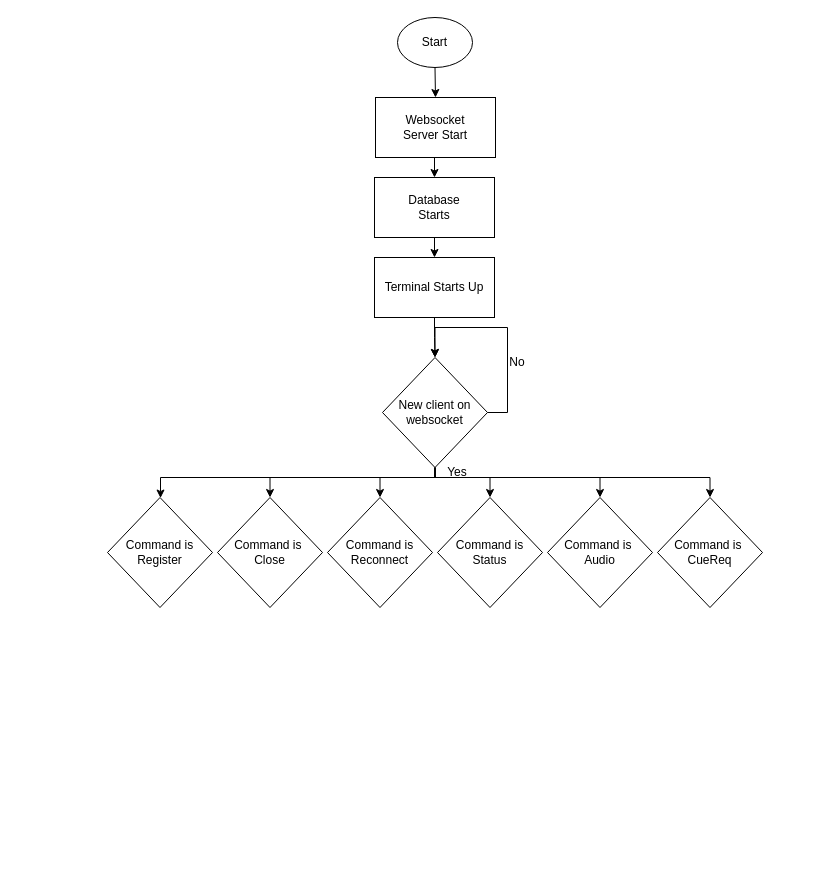
The draw.io diagram page "FlowChart (server)" (5 of 6) of Docs/db.drawio in User5029/NEA, before the edit. Source tidied: cells renumbered, new cells numbered last; positions are measured from the earlier drawing's top-left corner, leaving out a move shared by most shapes. Both pictures are drawn from the tidied source at 100%, with x=0, y=0 at pixel (107, 17).
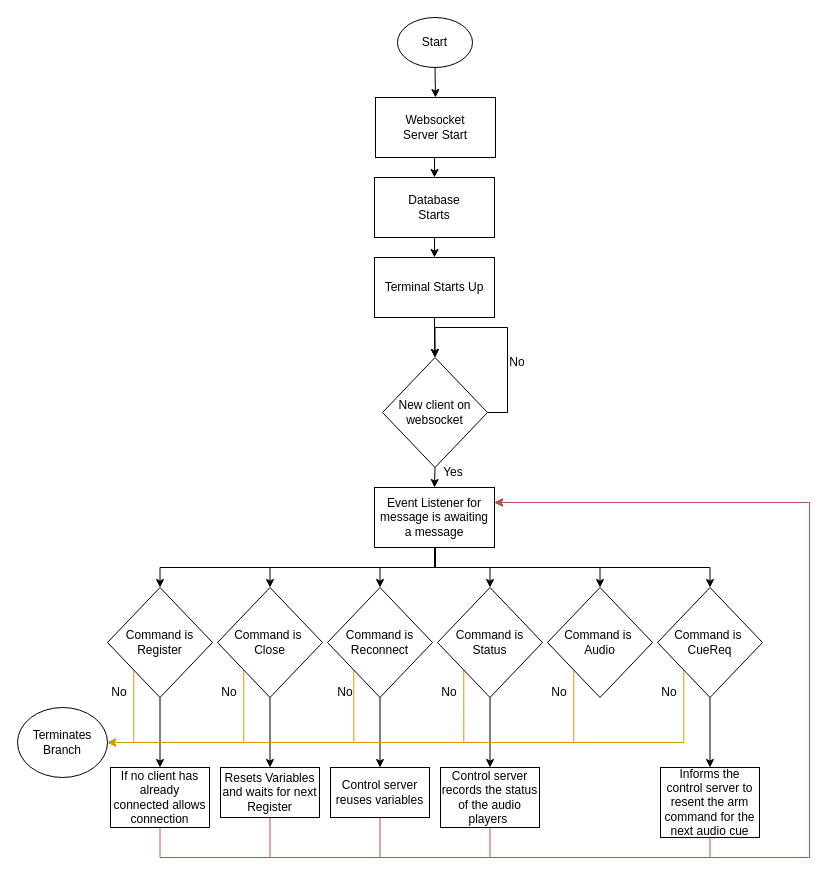
The same page after the edit.

Unchanged cells that the change refers to:
```xml
<mxCell id="16" value="New client on websocket" style="rhombus;whiteSpace=wrap;html=1;" parent="1" vertex="1">
  <mxGeometry x="275" y="340" width="105" height="110" as="geometry" />
</mxCell>
```

Change to the diagram source:
```diff
@@
-    <mxCell id="10" style="edgeStyle=orthogonalEdgeStyle;rounded=0;jettySize=auto;html=1;exitX=0.5;exitY=1;exitDx=0;exitDy=0;entryX=0.5;entryY=0;entryDx=0;entryDy=0;" parent="1" edge="1" source="16" target="22">
+    <mxCell id="10" style="edgeStyle=orthogonalEdgeStyle;rounded=0;jettySize=auto;html=1;exitX=0.5;exitY=1;exitDx=0;exitDy=0;entryX=0.5;entryY=0;entryDx=0;entryDy=0;" parent="1" edge="1" source="56" target="22">
       <mxGeometry relative="1" as="geometry">
         <Array as="points">
-          <mxPoint x="328" y="460" />
-          <mxPoint x="383" y="460" />
+          <mxPoint x="328" y="530" />
+          <mxPoint x="328" y="550" />
+          <mxPoint x="383" y="550" />
         </Array>
       </mxGeometry>
     </mxCell>
-    <mxCell id="11" style="edgeStyle=orthogonalEdgeStyle;rounded=0;jettySize=auto;html=1;exitX=0.5;exitY=1;exitDx=0;exitDy=0;entryX=0.5;entryY=0;entryDx=0;entryDy=0;" parent="1" edge="1" source="16" target="23">
+    <mxCell id="11" style="edgeStyle=orthogonalEdgeStyle;rounded=0;jettySize=auto;html=1;exitX=0.5;exitY=0.986;exitDx=0;exitDy=0;entryX=0.5;entryY=0;entryDx=0;entryDy=0;exitPerimeter=0;" parent="1" edge="1" source="56" target="23">
       <mxGeometry relative="1" as="geometry">
         <Array as="points">
-          <mxPoint x="328" y="460" />
-          <mxPoint x="493" y="460" />
+          <mxPoint x="328" y="529" />
+          <mxPoint x="328" y="550" />
+          <mxPoint x="493" y="550" />
         </Array>
       </mxGeometry>
     </mxCell>
-    <mxCell id="12" style="edgeStyle=orthogonalEdgeStyle;rounded=0;jettySize=auto;html=1;exitX=0.5;exitY=1;exitDx=0;exitDy=0;entryX=0.5;entryY=0;entryDx=0;entryDy=0;" parent="1" edge="1" source="16" target="24">
+    <mxCell id="12" style="edgeStyle=orthogonalEdgeStyle;rounded=0;jettySize=auto;html=1;exitX=0.5;exitY=1;exitDx=0;exitDy=0;entryX=0.5;entryY=0;entryDx=0;entryDy=0;" parent="1" edge="1" source="56" target="24">
       <mxGeometry relative="1" as="geometry">
         <Array as="points">
-          <mxPoint x="328" y="460" />
-          <mxPoint x="603" y="460" />
+          <mxPoint x="328" y="530" />
+          <mxPoint x="328" y="550" />
+          <mxPoint x="603" y="550" />
         </Array>
       </mxGeometry>
     </mxCell>
-    <mxCell id="13" style="edgeStyle=orthogonalEdgeStyle;rounded=0;jettySize=auto;html=1;exitX=0.5;exitY=1;exitDx=0;exitDy=0;entryX=0.5;entryY=0;entryDx=0;entryDy=0;" parent="1" edge="1" source="16" target="21">
+    <mxCell id="13" style="edgeStyle=orthogonalEdgeStyle;rounded=0;jettySize=auto;html=1;exitX=0.5;exitY=1;exitDx=0;exitDy=0;entryX=0.5;entryY=0;entryDx=0;entryDy=0;" parent="1" edge="1" source="56" target="21">
       <mxGeometry relative="1" as="geometry">
         <Array as="points">
-          <mxPoint x="328" y="460" />
-          <mxPoint x="273" y="460" />
+          <mxPoint x="328" y="530" />
+          <mxPoint x="328" y="550" />
+          <mxPoint x="272" y="550" />
         </Array>
       </mxGeometry>
     </mxCell>
-    <mxCell id="14" style="edgeStyle=orthogonalEdgeStyle;rounded=0;jettySize=auto;html=1;exitX=0.5;exitY=1;exitDx=0;exitDy=0;entryX=0.5;entryY=0;entryDx=0;entryDy=0;" parent="1" edge="1" source="16" target="20">
+    <mxCell id="14" style="edgeStyle=orthogonalEdgeStyle;rounded=0;jettySize=auto;html=1;exitX=0.5;exitY=1;exitDx=0;exitDy=0;entryX=0.5;entryY=0;entryDx=0;entryDy=0;" parent="1" edge="1" source="56" target="20">
       <mxGeometry relative="1" as="geometry">
         <Array as="points">
-          <mxPoint x="328" y="460" />
-          <mxPoint x="163" y="460" />
+          <mxPoint x="328" y="550" />
+          <mxPoint x="162" y="550" />
         </Array>
       </mxGeometry>
     </mxCell>
-    <mxCell id="15" style="edgeStyle=orthogonalEdgeStyle;rounded=0;jettySize=auto;html=1;exitX=0.5;exitY=1;exitDx=0;exitDy=0;" parent="1" edge="1" source="16" target="19">
-      <mxGeometry relative="1" as="geometry">
-        <Array as="points">
-          <mxPoint x="328" y="460" />
-          <mxPoint x="53" y="460" />
-        </Array>
-      </mxGeometry>
-    </mxCell>
+    <mxCell id="26" style="edgeStyle=orthogonalEdgeStyle;rounded=0;jettySize=auto;html=1;exitX=0.5;exitY=1;exitDx=0;exitDy=0;entryX=0.5;entryY=0;entryDx=0;entryDy=0;" parent="1" edge="1" source="16" target="56">
+      <mxGeometry relative="1" as="geometry" />
+    </mxCell>
@@
+    <mxCell id="27" style="edgeStyle=orthogonalEdgeStyle;rounded=0;jettySize=auto;html=1;exitX=0;exitY=1;exitDx=0;exitDy=0;entryX=1;entryY=0.5;entryDx=0;entryDy=0;fillColor=#ffe6cc;strokeColor=#d79b00;" parent="1" edge="1" source="19" target="38">
+      <mxGeometry relative="1" as="geometry" />
+    </mxCell>
+    <mxCell id="28" style="edgeStyle=orthogonalEdgeStyle;rounded=0;jettySize=auto;html=1;exitX=0.5;exitY=1;exitDx=0;exitDy=0;" parent="1" edge="1" source="19" target="48">
+      <mxGeometry relative="1" as="geometry" />
+    </mxCell>
     <mxCell id="19" value="Command is Register" style="rhombus;whiteSpace=wrap;html=1;" parent="1" vertex="1">
-      <mxGeometry y="480" width="105" height="110" as="geometry" />
+      <mxGeometry y="570" width="105" height="110" as="geometry" />
     </mxCell>
+    <mxCell id="29" style="edgeStyle=orthogonalEdgeStyle;rounded=0;jettySize=auto;html=1;exitX=0;exitY=1;exitDx=0;exitDy=0;entryX=1;entryY=0.5;entryDx=0;entryDy=0;fillColor=#ffe6cc;strokeColor=#d79b00;" parent="1" edge="1" source="20" target="38">
+      <mxGeometry relative="1" as="geometry">
+        <Array as="points">
+          <mxPoint x="136" y="725" />
+        </Array>
+      </mxGeometry>
+    </mxCell>
+    <mxCell id="30" style="edgeStyle=orthogonalEdgeStyle;rounded=0;jettySize=auto;html=1;exitX=0.5;exitY=1;exitDx=0;exitDy=0;entryX=0.5;entryY=0;entryDx=0;entryDy=0;" parent="1" edge="1" source="20" target="46">
+      <mxGeometry relative="1" as="geometry" />
+    </mxCell>
     <mxCell id="20" value="Command is&amp;nbsp;&lt;div&gt;Close&lt;/div&gt;" style="rhombus;whiteSpace=wrap;html=1;" parent="1" vertex="1">
-      <mxGeometry x="110" y="480" width="105" height="110" as="geometry" />
+      <mxGeometry x="110" y="570" width="105" height="110" as="geometry" />
     </mxCell>
+    <mxCell id="31" style="edgeStyle=orthogonalEdgeStyle;rounded=0;jettySize=auto;html=1;exitX=0;exitY=1;exitDx=0;exitDy=0;entryX=1;entryY=0.5;entryDx=0;entryDy=0;fillColor=#ffe6cc;strokeColor=#d79b00;" parent="1" edge="1" source="21" target="38">
+      <mxGeometry relative="1" as="geometry">
+        <Array as="points">
+          <mxPoint x="246" y="725" />
+        </Array>
+      </mxGeometry>
+    </mxCell>
+    <mxCell id="32" style="edgeStyle=orthogonalEdgeStyle;rounded=0;jettySize=auto;html=1;" parent="1" edge="1" source="21" target="50">
+      <mxGeometry relative="1" as="geometry" />
+    </mxCell>
     <mxCell id="21" value="Command is Reconnect" style="rhombus;whiteSpace=wrap;html=1;" parent="1" vertex="1">
-      <mxGeometry x="220" y="480" width="105" height="110" as="geometry" />
+      <mxGeometry x="220" y="570" width="105" height="110" as="geometry" />
     </mxCell>
+    <mxCell id="33" style="edgeStyle=orthogonalEdgeStyle;rounded=0;jettySize=auto;html=1;exitX=0;exitY=1;exitDx=0;exitDy=0;entryX=1;entryY=0.5;entryDx=0;entryDy=0;fillColor=#ffe6cc;strokeColor=#d79b00;" parent="1" edge="1" source="22" target="38">
+      <mxGeometry relative="1" as="geometry">
+        <Array as="points">
+          <mxPoint x="356" y="725" />
+        </Array>
+      </mxGeometry>
+    </mxCell>
+    <mxCell id="34" style="edgeStyle=orthogonalEdgeStyle;rounded=0;jettySize=auto;html=1;" parent="1" edge="1" source="22" target="52">
+      <mxGeometry relative="1" as="geometry" />
+    </mxCell>
     <mxCell id="22" value="Command is Status" style="rhombus;whiteSpace=wrap;html=1;" parent="1" vertex="1">
-      <mxGeometry x="330" y="480" width="105" height="110" as="geometry" />
+      <mxGeometry x="330" y="570" width="105" height="110" as="geometry" />
     </mxCell>
+    <mxCell id="35" style="edgeStyle=orthogonalEdgeStyle;rounded=0;jettySize=auto;html=1;exitX=0;exitY=1;exitDx=0;exitDy=0;entryX=1;entryY=0.5;entryDx=0;entryDy=0;fillColor=#ffe6cc;strokeColor=#d79b00;" parent="1" edge="1" source="23" target="38">
+      <mxGeometry relative="1" as="geometry">
+        <Array as="points">
+          <mxPoint x="466" y="725" />
+        </Array>
+      </mxGeometry>
+    </mxCell>
     <mxCell id="23" value="Command is&amp;nbsp;&lt;div&gt;Audio&lt;/div&gt;" style="rhombus;whiteSpace=wrap;html=1;" parent="1" vertex="1">
-      <mxGeometry x="440" y="480" width="105" height="110" as="geometry" />
+      <mxGeometry x="440" y="570" width="105" height="110" as="geometry" />
     </mxCell>
+    <mxCell id="36" style="edgeStyle=orthogonalEdgeStyle;rounded=0;jettySize=auto;html=1;exitX=0;exitY=1;exitDx=0;exitDy=0;entryX=1;entryY=0.5;entryDx=0;entryDy=0;fillColor=#ffe6cc;strokeColor=#d79b00;" parent="1" edge="1" source="24" target="38">
+      <mxGeometry relative="1" as="geometry">
+        <Array as="points">
+          <mxPoint x="576" y="725" />
+        </Array>
+      </mxGeometry>
+    </mxCell>
+    <mxCell id="37" style="edgeStyle=orthogonalEdgeStyle;rounded=0;jettySize=auto;html=1;" parent="1" edge="1" source="24" target="54">
+      <mxGeometry relative="1" as="geometry" />
+    </mxCell>
     <mxCell id="24" value="Command is&amp;nbsp;&lt;div&gt;CueReq&lt;/div&gt;" style="rhombus;whiteSpace=wrap;html=1;" parent="1" vertex="1">
-      <mxGeometry x="550" y="480" width="105" height="110" as="geometry" />
+      <mxGeometry x="550" y="570" width="105" height="110" as="geometry" />
     </mxCell>
     <mxCell id="25" value="Yes" style="text;html=1;align=center;verticalAlign=middle;whiteSpace=wrap;rounded=0;" parent="1" vertex="1">
-      <mxGeometry x="320" y="440" width="60" height="30" as="geometry" />
+      <mxGeometry x="316" y="440" width="60" height="30" as="geometry" />
     </mxCell>
+    <mxCell id="38" value="Terminates&lt;div&gt;Branch&lt;/div&gt;" style="ellipse;whiteSpace=wrap;html=1;" parent="1" vertex="1">
+      <mxGeometry x="-90" y="690" width="90" height="70" as="geometry" />
+    </mxCell>
+    <mxCell id="39" value="No" style="text;html=1;align=center;verticalAlign=middle;whiteSpace=wrap;rounded=0;" parent="1" vertex="1">
+      <mxGeometry x="-18" y="660" width="60" height="30" as="geometry" />
+    </mxCell>
+    <mxCell id="40" value="No" style="text;html=1;align=center;verticalAlign=middle;whiteSpace=wrap;rounded=0;" parent="1" vertex="1">
+      <mxGeometry x="92" y="660" width="60" height="30" as="geometry" />
+    </mxCell>
+    <mxCell id="41" value="No" style="text;html=1;align=center;verticalAlign=middle;whiteSpace=wrap;rounded=0;" parent="1" vertex="1">
+      <mxGeometry x="208" y="660" width="60" height="30" as="geometry" />
+    </mxCell>
+    <mxCell id="42" value="No" style="text;html=1;align=center;verticalAlign=middle;whiteSpace=wrap;rounded=0;" parent="1" vertex="1">
+      <mxGeometry x="312" y="660" width="60" height="30" as="geometry" />
+    </mxCell>
+    <mxCell id="43" value="No" style="text;html=1;align=center;verticalAlign=middle;whiteSpace=wrap;rounded=0;" parent="1" vertex="1">
+      <mxGeometry x="422" y="660" width="60" height="30" as="geometry" />
+    </mxCell>
+    <mxCell id="44" value="No" style="text;html=1;align=center;verticalAlign=middle;whiteSpace=wrap;rounded=0;" parent="1" vertex="1">
+      <mxGeometry x="532" y="660" width="60" height="30" as="geometry" />
+    </mxCell>
+    <mxCell id="45" style="edgeStyle=orthogonalEdgeStyle;rounded=0;jettySize=auto;html=1;exitX=0.5;exitY=1;exitDx=0;exitDy=0;entryX=1;entryY=0.25;entryDx=0;entryDy=0;fillColor=#f8cecc;strokeColor=#b85450;" parent="1" edge="1" source="46" target="56">
+      <mxGeometry relative="1" as="geometry">
+        <Array as="points">
+          <mxPoint x="163" y="840" />
+          <mxPoint x="702" y="840" />
+          <mxPoint x="702" y="485" />
+        </Array>
+      </mxGeometry>
+    </mxCell>
+    <mxCell id="46" value="Resets Variables and waits for next Register" style="rounded=0;whiteSpace=wrap;html=1;" parent="1" vertex="1">
+      <mxGeometry x="113" y="750" width="99" height="50" as="geometry" />
+    </mxCell>
+    <mxCell id="47" style="edgeStyle=orthogonalEdgeStyle;rounded=0;jettySize=auto;html=1;exitX=0.5;exitY=1;exitDx=0;exitDy=0;entryX=1;entryY=0.25;entryDx=0;entryDy=0;fillColor=#f8cecc;strokeColor=#b85450;" parent="1" edge="1" source="48" target="56">
+      <mxGeometry relative="1" as="geometry">
+        <Array as="points">
+          <mxPoint x="53" y="840" />
+          <mxPoint x="702" y="840" />
+          <mxPoint x="702" y="485" />
+        </Array>
+      </mxGeometry>
+    </mxCell>
+    <mxCell id="48" value="If no client has already connected allows connection" style="rounded=0;whiteSpace=wrap;html=1;" parent="1" vertex="1">
+      <mxGeometry x="3" y="750" width="99" height="60" as="geometry" />
+    </mxCell>
+    <mxCell id="49" style="edgeStyle=orthogonalEdgeStyle;rounded=0;jettySize=auto;html=1;exitX=0.5;exitY=1;exitDx=0;exitDy=0;entryX=1;entryY=0.25;entryDx=0;entryDy=0;fillColor=#f8cecc;strokeColor=#b85450;" parent="1" edge="1" source="50" target="56">
+      <mxGeometry relative="1" as="geometry">
+        <Array as="points">
+          <mxPoint x="273" y="840" />
+          <mxPoint x="702" y="840" />
+          <mxPoint x="702" y="485" />
+        </Array>
+      </mxGeometry>
+    </mxCell>
+    <mxCell id="50" value="Control server reuses variables" style="rounded=0;whiteSpace=wrap;html=1;" parent="1" vertex="1">
+      <mxGeometry x="223" y="750" width="99" height="50" as="geometry" />
+    </mxCell>
+    <mxCell id="51" style="edgeStyle=orthogonalEdgeStyle;rounded=0;jettySize=auto;html=1;exitX=0.5;exitY=1;exitDx=0;exitDy=0;entryX=1;entryY=0.25;entryDx=0;entryDy=0;fillColor=#f8cecc;strokeColor=#b85450;" parent="1" edge="1" source="52" target="56">
+      <mxGeometry relative="1" as="geometry">
+        <Array as="points">
+          <mxPoint x="383" y="840" />
+          <mxPoint x="702" y="840" />
+          <mxPoint x="702" y="485" />
+        </Array>
+      </mxGeometry>
+    </mxCell>
+    <mxCell id="52" value="Control server records the status of the audio players&amp;nbsp;" style="rounded=0;whiteSpace=wrap;html=1;" parent="1" vertex="1">
+      <mxGeometry x="333" y="750" width="99" height="60" as="geometry" />
+    </mxCell>
+    <mxCell id="53" style="edgeStyle=orthogonalEdgeStyle;rounded=0;jettySize=auto;html=1;exitX=0.5;exitY=1;exitDx=0;exitDy=0;entryX=1;entryY=0.25;entryDx=0;entryDy=0;fillColor=#f8cecc;strokeColor=#b85450;" parent="1" edge="1" source="54" target="56">
+      <mxGeometry relative="1" as="geometry">
+        <Array as="points">
+          <mxPoint x="603" y="840" />
+          <mxPoint x="702" y="840" />
+          <mxPoint x="702" y="485" />
+        </Array>
+      </mxGeometry>
+    </mxCell>
+    <mxCell id="54" value="Informs the control server to resent the arm command for the next audio cue" style="rounded=0;whiteSpace=wrap;html=1;" parent="1" vertex="1">
+      <mxGeometry x="553" y="750" width="99" height="70" as="geometry" />
+    </mxCell>
+    <mxCell id="55" style="edgeStyle=orthogonalEdgeStyle;rounded=0;jettySize=auto;html=1;exitX=0.5;exitY=1;exitDx=0;exitDy=0;entryX=0.5;entryY=0;entryDx=0;entryDy=0;" parent="1" edge="1" source="56" target="19">
+      <mxGeometry relative="1" as="geometry" />
+    </mxCell>
+    <mxCell id="56" value="Event Listener for message is awaiting a message" style="rounded=0;whiteSpace=wrap;html=1;" parent="1" vertex="1">
+      <mxGeometry x="267" y="470" width="120" height="60" as="geometry" />
+    </mxCell>
```
